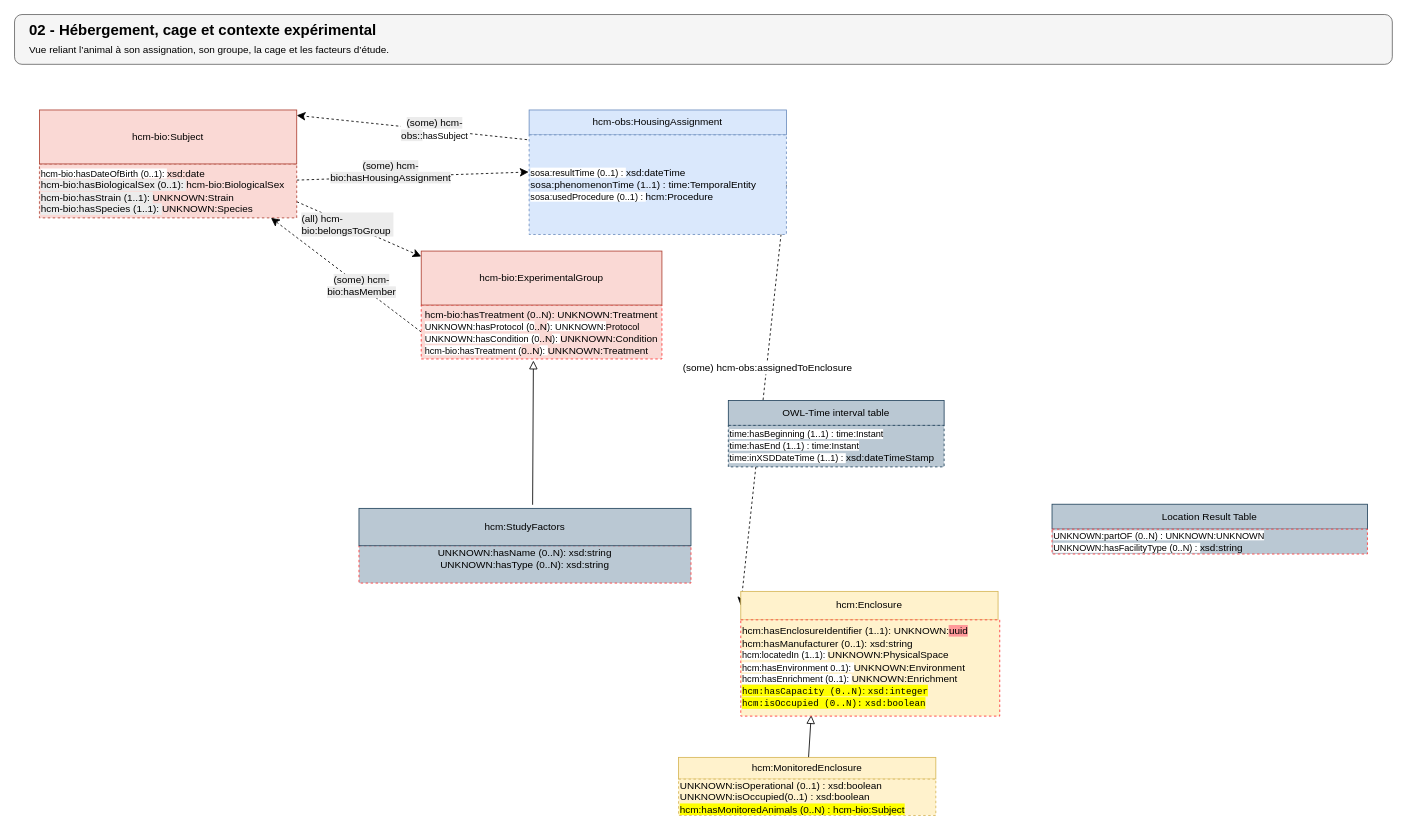
Before: page "02 - Hébergement, cage et contexte expérimental" (4 of 7) of docs/paper/sources/figures/version_rapport.drawio.xml in dhuzard/HCMO, a draw.io diagram. Source tidied: cells renumbered, new cells numbered last; positions are measured from the earlier drawing's top-left corner, leaving out a move shared by most shapes. Both pictures are drawn from the tidied source at 83%, with x=0, y=0 at pixel (14, 14).
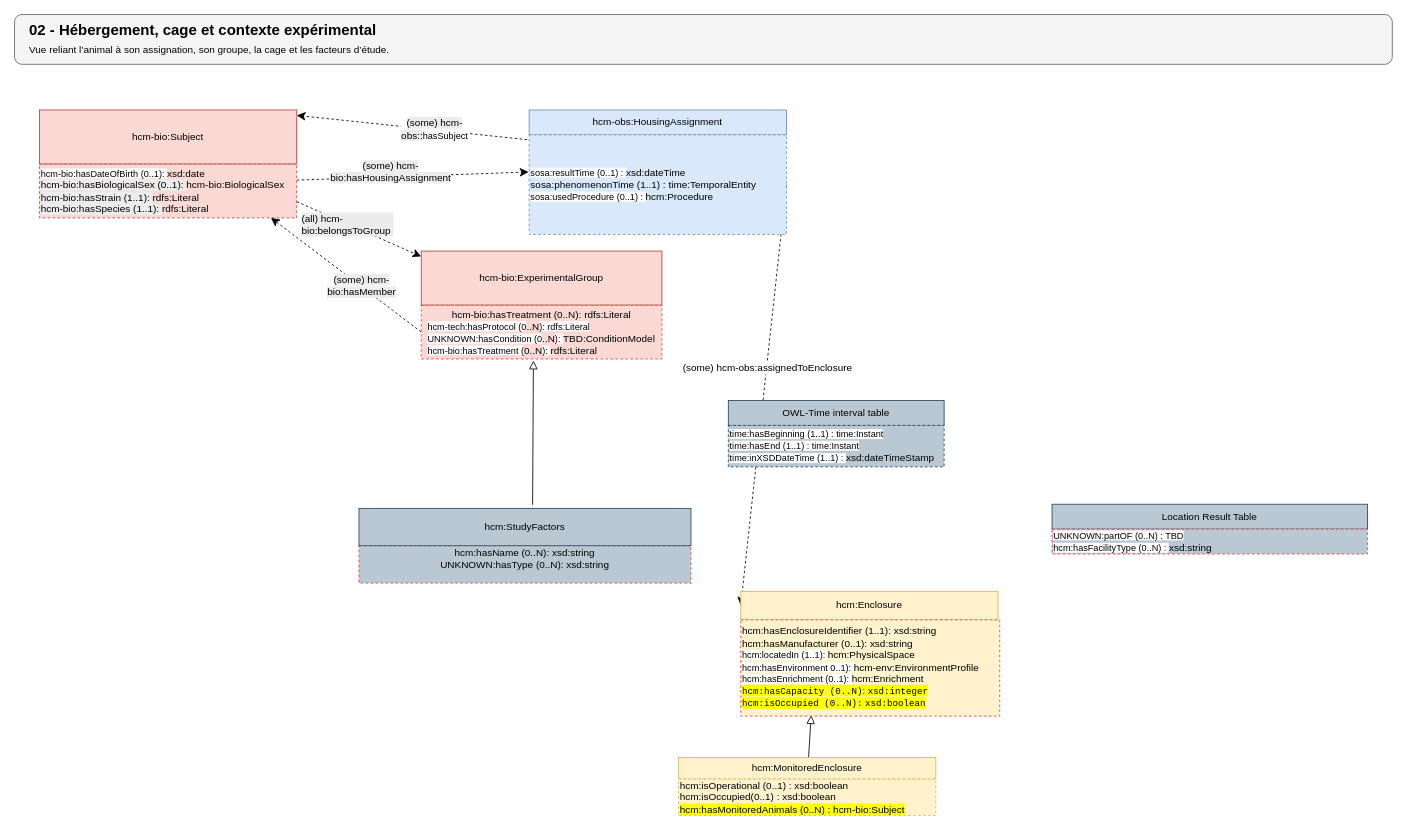
After the change.

The change refers to these unchanged cells:
```xml
<mxCell id="12" style="group;" parent="1" vertex="1">
  <mxGeometry x="800" y="895" width="310" height="70" as="geometry" />
</mxCell>
<mxCell id="15" style="group;" parent="1" vertex="1">
  <mxGeometry x="1250" y="590" width="380" height="60" as="geometry" />
</mxCell>
<mxCell id="21" style="group;" parent="1" vertex="1">
  <mxGeometry x="875" y="665" width="310" height="220" as="geometry" />
</mxCell>
<mxCell id="27" style="group;" parent="1" vertex="1">
  <mxGeometry x="30" y="115" width="310" height="130" as="geometry" />
</mxCell>
<mxCell id="32" style="group;" parent="1" vertex="1">
  <mxGeometry x="490" y="285" width="290" height="140" as="geometry" />
</mxCell>
<mxCell id="35" style="group;" parent="1" vertex="1">
  <mxGeometry x="415" y="595" width="400" height="90" as="geometry" />
</mxCell>
```

What changed in the source:
```diff
@@
-    <mxCell id="14" value="&lt;div&gt;&lt;span style=&quot;background-color: transparent; color: light-dark(rgb(0, 0, 0), rgb(255, 255, 255));&quot;&gt;UNKNOWN:&lt;/span&gt;&lt;span style=&quot;background-color: transparent; color: light-dark(rgb(0, 0, 0), rgb(255, 255, 255));&quot;&gt;isOperational (0..1) :&amp;nbsp;&lt;/span&gt;&lt;span style=&quot;background-color: transparent; color: light-dark(rgb(0, 0, 0), rgb(255, 255, 255));&quot;&gt;xsd:boolean&lt;/span&gt;&lt;/div&gt;&lt;div&gt;&lt;div&gt;&lt;span style=&quot;background-color: transparent;&quot;&gt;UNKNOWN:&lt;/span&gt;&lt;span style=&quot;background-color: transparent;&quot;&gt;isOccupied(0..1) :&amp;nbsp;&lt;/span&gt;&lt;span style=&quot;background-color: transparent;&quot;&gt;xsd:boolean&lt;/span&gt;&lt;/div&gt;&lt;/div&gt;&lt;div&gt;&lt;span style=&quot;background-color: rgb(255, 255, 0);&quot;&gt;hcm:hasMonitoredAnimals (0..N) : hcm-bio:Subject&lt;/span&gt;&lt;/div&gt;" style="rounded=0;whiteSpace=wrap;html=1;dashed=1;align=left;fillColor=#fff2cc;strokeColor=#d6b656;" parent="12" vertex="1">
+    <mxCell id="14" value="&lt;div&gt;&lt;span style=&quot;background-color: transparent; color: light-dark(rgb(0, 0, 0), rgb(255, 255, 255));&quot;&gt;hcm:isOperational (0..1) :&amp;nbsp;&lt;/span&gt;&lt;span style=&quot;background-color: transparent; color: light-dark(rgb(0, 0, 0), rgb(255, 255, 255));&quot;&gt;xsd:boolean&lt;/span&gt;&lt;/div&gt;&lt;div&gt;&lt;div&gt;&lt;span style=&quot;background-color: transparent;&quot;&gt;hcm:isOccupied(0..1) :&amp;nbsp;&lt;/span&gt;&lt;span style=&quot;background-color: transparent;&quot;&gt;xsd:boolean&lt;/span&gt;&lt;/div&gt;&lt;/div&gt;&lt;div&gt;&lt;span style=&quot;background-color: rgb(255, 255, 0);&quot;&gt;hcm:hasMonitoredAnimals (0..N) : hcm-bio:Subject&lt;/span&gt;&lt;/div&gt;" style="rounded=0;whiteSpace=wrap;html=1;dashed=1;align=left;fillColor=#fff2cc;strokeColor=#d6b656;" parent="12" vertex="1">
       <mxGeometry y="26.2" width="310" height="43.8" as="geometry" />
     </mxCell>
@@
-    <mxCell id="17" value="&lt;div&gt;&lt;span style=&quot;background-color: rgb(255, 255, 255); font-size: 11px; text-align: center; text-wrap-mode: nowrap; color: light-dark(rgb(0, 0, 0), rgb(255, 255, 255));&quot;&gt;&lt;span style=&quot;text-align: left;&quot;&gt;UNKNOWN&lt;/span&gt;:partOF (0..N) : UNKNOWN:UNKNOWN&lt;/span&gt;&lt;/div&gt;&lt;div&gt;&lt;span style=&quot;background-color: rgb(255, 255, 255); font-size: 11px; text-align: center; text-wrap-mode: nowrap; color: light-dark(rgb(0, 0, 0), rgb(255, 255, 255));&quot;&gt;&lt;span style=&quot;color: light-dark(rgb(0, 0, 0), rgb(255, 255, 255)); text-align: left;&quot;&gt;UNKNOWN&lt;/span&gt;:hasFacilityType (0..N) :&amp;nbsp;&lt;/span&gt;&lt;span style=&quot;background-color: transparent;&quot;&gt;xsd:string&lt;/span&gt;&lt;/div&gt;" style="rounded=0;whiteSpace=wrap;html=1;dashed=1;align=left;fillColor=#bac8d3;strokeColor=#FF3333;" parent="15" vertex="1">
+    <mxCell id="17" value="&lt;div&gt;&lt;span style=&quot;background-color: rgb(255, 255, 255); font-size: 11px; text-align: center; text-wrap-mode: nowrap; color: light-dark(rgb(0, 0, 0), rgb(255, 255, 255));&quot;&gt;UNKNOWN:partOF (0..N) : TBD&lt;/span&gt;&lt;/div&gt;&lt;div&gt;&lt;span style=&quot;background-color: rgb(255, 255, 255); font-size: 11px; text-align: center; text-wrap-mode: nowrap; color: light-dark(rgb(0, 0, 0), rgb(255, 255, 255));&quot;&gt;hcm:hasFacilityType (0..N) :&amp;nbsp;&lt;/span&gt;&lt;span style=&quot;background-color: transparent;&quot;&gt;xsd:string&lt;/span&gt;&lt;/div&gt;" style="rounded=0;whiteSpace=wrap;html=1;dashed=1;align=left;fillColor=#bac8d3;strokeColor=#FF3333;" parent="15" vertex="1">
       <mxGeometry y="30" width="380" height="30" as="geometry" />
     </mxCell>
@@
-    <mxCell id="23" value="&lt;div&gt;hcm:hasEnclosureIdentifier (1..1): UNKNOWN:&lt;span style=&quot;background-color: rgb(255, 153, 153);&quot;&gt;uuid&lt;/span&gt;&lt;/div&gt;hcm:hasManufacturer (0..1):&amp;nbsp;xsd:string&lt;div&gt;&lt;span style=&quot;font-size: 11px; text-align: center; text-wrap-mode: nowrap; background-color: rgb(255, 255, 255);&quot;&gt;hcm:locatedIn (1..1):&amp;nbsp;&lt;/span&gt;&lt;span style=&quot;background-color: transparent; color: light-dark(rgb(0, 0, 0), rgb(255, 255, 255));&quot;&gt;UNKNOWN:&lt;/span&gt;&lt;span style=&quot;background-color: transparent; color: light-dark(rgb(0, 0, 0), rgb(255, 255, 255)); text-align: center;&quot;&gt;PhysicalSpace&lt;/span&gt;&lt;/div&gt;&lt;div&gt;&lt;span style=&quot;font-size: 11px; text-align: center; text-wrap-mode: nowrap; background-color: rgb(255, 255, 255);&quot;&gt;hcm:hasEnvironment 0..1):&amp;nbsp;&lt;/span&gt;&lt;span style=&quot;background-color: transparent; color: light-dark(rgb(0, 0, 0), rgb(255, 255, 255)); text-align: center;&quot;&gt;&lt;/span&gt;&lt;span style=&quot;background-color: transparent; color: light-dark(rgb(0, 0, 0), rgb(255, 255, 255));&quot;&gt;UNKNOWN:&lt;/span&gt;&lt;span style=&quot;background-color: transparent; color: light-dark(rgb(0, 0, 0), rgb(255, 255, 255)); text-align: center;&quot;&gt;Environment&lt;/span&gt;&lt;/div&gt;&lt;div&gt;&lt;span style=&quot;font-size: 11px; text-align: center; text-wrap-mode: nowrap; background-color: rgb(255, 255, 255);&quot;&gt;hcm:hasEnrichment (0..1):&amp;nbsp;&lt;/span&gt;&lt;span style=&quot;background-color: transparent; color: light-dark(rgb(0, 0, 0), rgb(255, 255, 255));&quot;&gt;UNKNOWN:&lt;/span&gt;&lt;span style=&quot;background-color: transparent; color: light-dark(rgb(0, 0, 0), rgb(255, 255, 255)); text-align: center;&quot;&gt;Enrichment&lt;/span&gt;&lt;/div&gt;&lt;div&gt;&lt;span style=&quot;background-color: rgb(255, 255, 0);&quot;&gt;&lt;font face=&quot;Helvetica&quot; style=&quot;font-size: 11px;&quot;&gt;&lt;code style=&quot;&quot;&gt;hcm:hasCapacity (0..N)&lt;/code&gt;:&amp;nbsp;&lt;code style=&quot;&quot;&gt;xsd:integer&lt;/code&gt;&lt;/font&gt;&lt;/span&gt;&lt;/div&gt;&lt;div style=&quot;text-align: left;&quot;&gt;&lt;span style=&quot;background-color: rgb(255, 255, 0);&quot;&gt;&lt;font face=&quot;Helvetica&quot; style=&quot;font-size: 11px;&quot;&gt;&lt;code style=&quot;&quot;&gt;hcm:isOccupied (0..N):&lt;/code&gt;&amp;nbsp;&lt;code style=&quot;&quot;&gt;xsd:boolean&lt;/code&gt;&lt;/font&gt;&lt;/span&gt;&lt;/div&gt;" style="rounded=0;whiteSpace=wrap;html=1;snapToPoint=1;points=[[0.1,0],[0.2,0],[0.3,0],[0.4,0],[0.5,0],[0.6,0],[0.7,0],[0.8,0],[0.9,0],[0,0.1],[0,0.3],[0,0.5],[0,0.7],[0,0.9],[0.1,1],[0.2,1],[0.3,1],[0.4,1],[0.5,1],[0.6,1],[0.7,1],[0.8,1],[0.9,1],[1,0.1],[1,0.3],[1,0.5],[1,0.7],[1,0.9]];dashed=1;align=left;fillColor=#fff2cc;strokeColor=#FF3333;" parent="21" vertex="1">
+    <mxCell id="23" value="&lt;div&gt;hcm:hasEnclosureIdentifier (1..1): xsd:string&lt;/div&gt;hcm:hasManufacturer (0..1):&amp;nbsp;xsd:string&lt;div&gt;&lt;span style=&quot;font-size: 11px; text-align: center; text-wrap-mode: nowrap; background-color: rgb(255, 255, 255);&quot;&gt;hcm:locatedIn (1..1):&amp;nbsp;&lt;/span&gt;hcm:PhysicalSpace&lt;/div&gt;&lt;div&gt;&lt;span style=&quot;font-size: 11px; text-align: center; text-wrap-mode: nowrap; background-color: rgb(255, 255, 255);&quot;&gt;hcm:hasEnvironment 0..1):&amp;nbsp;&lt;/span&gt;&lt;span style=&quot;background-color: transparent; color: light-dark(rgb(0, 0, 0), rgb(255, 255, 255)); text-align: center;&quot;&gt;&lt;/span&gt;hcm-env:EnvironmentProfile&lt;/div&gt;&lt;div&gt;&lt;span style=&quot;font-size: 11px; text-align: center; text-wrap-mode: nowrap; background-color: rgb(255, 255, 255);&quot;&gt;hcm:hasEnrichment (0..1):&amp;nbsp;&lt;/span&gt;hcm:Enrichment&lt;/div&gt;&lt;div&gt;&lt;span style=&quot;background-color: rgb(255, 255, 0);&quot;&gt;&lt;font face=&quot;Helvetica&quot; style=&quot;font-size: 11px;&quot;&gt;&lt;code style=&quot;&quot;&gt;hcm:hasCapacity (0..N)&lt;/code&gt;:&amp;nbsp;&lt;code style=&quot;&quot;&gt;xsd:integer&lt;/code&gt;&lt;/font&gt;&lt;/span&gt;&lt;/div&gt;&lt;div style=&quot;text-align: left;&quot;&gt;&lt;span style=&quot;background-color: rgb(255, 255, 0);&quot;&gt;&lt;font face=&quot;Helvetica&quot; style=&quot;font-size: 11px;&quot;&gt;&lt;code style=&quot;&quot;&gt;hcm:isOccupied (0..N):&lt;/code&gt;&amp;nbsp;&lt;code style=&quot;&quot;&gt;xsd:boolean&lt;/code&gt;&lt;/font&gt;&lt;/span&gt;&lt;/div&gt;" style="rounded=0;whiteSpace=wrap;html=1;snapToPoint=1;points=[[0.1,0],[0.2,0],[0.3,0],[0.4,0],[0.5,0],[0.6,0],[0.7,0],[0.8,0],[0.9,0],[0,0.1],[0,0.3],[0,0.5],[0,0.7],[0,0.9],[0.1,1],[0.2,1],[0.3,1],[0.4,1],[0.5,1],[0.6,1],[0.7,1],[0.8,1],[0.9,1],[1,0.1],[1,0.3],[1,0.5],[1,0.7],[1,0.9]];dashed=1;align=left;fillColor=#fff2cc;strokeColor=#FF3333;" parent="21" vertex="1">
       <mxGeometry y="64.3" width="312" height="116" as="geometry" />
     </mxCell>
@@
-    <mxCell id="28" value="&lt;div&gt;&lt;span style=&quot;color: light-dark(rgb(0, 0, 0), rgb(255, 255, 255)); text-wrap-mode: nowrap; font-size: 11px; background-color: rgb(255, 255, 255);&quot;&gt;hcm-bio:hasDateOfBirth (0..1):&amp;nbsp;&lt;/span&gt;&lt;span style=&quot;background-color: transparent; color: light-dark(rgb(0, 0, 0), rgb(255, 255, 255));&quot;&gt;xsd:date&lt;/span&gt;&lt;/div&gt;&lt;div&gt;&lt;span style=&quot;color: light-dark(rgb(0, 0, 0), rgb(255, 255, 255)); background-color: rgb(236, 236, 236);&quot;&gt;hcm-bio:hasBiologicalSex (0..1):&amp;nbsp;&lt;/span&gt;&lt;span style=&quot;background-color: transparent; color: light-dark(rgb(0, 0, 0), rgb(255, 255, 255));&quot;&gt;&lt;/span&gt;&lt;span style=&quot;background-color: transparent; color: light-dark(rgb(0, 0, 0), rgb(255, 255, 255));&quot;&gt;hcm-bio:BiologicalSex&lt;/span&gt;&lt;/div&gt;&lt;div&gt;&lt;span style=&quot;color: light-dark(rgb(0, 0, 0), rgb(255, 255, 255)); background-color: rgb(236, 236, 236);&quot;&gt;hcm-bio:hasStrain (1..1):&amp;nbsp;&lt;/span&gt;&lt;span style=&quot;background-color: transparent; color: light-dark(rgb(0, 0, 0), rgb(255, 255, 255));&quot;&gt;&lt;/span&gt;&lt;span style=&quot;text-align: center; background-color: transparent; color: light-dark(rgb(0, 0, 0), rgb(255, 255, 255));&quot;&gt;UNKNOWN:Strain&lt;/span&gt;&lt;/div&gt;&lt;div&gt;&lt;span style=&quot;color: light-dark(rgb(0, 0, 0), rgb(255, 255, 255)); background-color: rgb(236, 236, 236);&quot;&gt;hcm-bio:hasSpecies (1..1):&amp;nbsp;&lt;/span&gt;&lt;span style=&quot;text-align: center; background-color: transparent; color: light-dark(rgb(0, 0, 0), rgb(255, 255, 255));&quot;&gt;&lt;/span&gt;&lt;span style=&quot;text-align: center; background-color: transparent; color: light-dark(rgb(0, 0, 0), rgb(255, 255, 255));&quot;&gt;UNKNOWN:Species&lt;/span&gt;&lt;/div&gt;" style="rounded=0;whiteSpace=wrap;html=1;snapToPoint=1;points=[[0.1,0],[0.2,0],[0.3,0],[0.4,0],[0.5,0],[0.6,0],[0.7,0],[0.8,0],[0.9,0],[0,0.1],[0,0.3],[0,0.5],[0,0.7],[0,0.9],[0.1,1],[0.2,1],[0.3,1],[0.4,1],[0.5,1],[0.6,1],[0.7,1],[0.8,1],[0.9,1],[1,0.1],[1,0.3],[1,0.5],[1,0.7],[1,0.9]];dashed=1;align=left;fillColor=#fad9d5;strokeColor=#ae4132;" parent="27" vertex="1">
+    <mxCell id="28" value="&lt;div&gt;&lt;span style=&quot;color: light-dark(rgb(0, 0, 0), rgb(255, 255, 255)); text-wrap-mode: nowrap; font-size: 11px; background-color: rgb(255, 255, 255);&quot;&gt;hcm-bio:hasDateOfBirth (0..1):&amp;nbsp;&lt;/span&gt;&lt;span style=&quot;background-color: transparent; color: light-dark(rgb(0, 0, 0), rgb(255, 255, 255));&quot;&gt;xsd:date&lt;/span&gt;&lt;/div&gt;&lt;div&gt;&lt;span style=&quot;color: light-dark(rgb(0, 0, 0), rgb(255, 255, 255)); background-color: rgb(236, 236, 236);&quot;&gt;hcm-bio:hasBiologicalSex (0..1):&amp;nbsp;&lt;/span&gt;&lt;span style=&quot;background-color: transparent; color: light-dark(rgb(0, 0, 0), rgb(255, 255, 255));&quot;&gt;&lt;/span&gt;&lt;span style=&quot;background-color: transparent; color: light-dark(rgb(0, 0, 0), rgb(255, 255, 255));&quot;&gt;hcm-bio:BiologicalSex&lt;/span&gt;&lt;/div&gt;&lt;div&gt;&lt;span style=&quot;color: light-dark(rgb(0, 0, 0), rgb(255, 255, 255)); background-color: rgb(236, 236, 236);&quot;&gt;hcm-bio:hasStrain (1..1):&amp;nbsp;&lt;/span&gt;&lt;span style=&quot;background-color: transparent; color: light-dark(rgb(0, 0, 0), rgb(255, 255, 255));&quot;&gt;&lt;/span&gt;&lt;span style=&quot;text-align: center; background-color: transparent; color: light-dark(rgb(0, 0, 0), rgb(255, 255, 255));&quot;&gt;rdfs:Literal&lt;/span&gt;&lt;/div&gt;&lt;div&gt;&lt;span style=&quot;color: light-dark(rgb(0, 0, 0), rgb(255, 255, 255)); background-color: rgb(236, 236, 236);&quot;&gt;hcm-bio:hasSpecies (1..1):&amp;nbsp;&lt;/span&gt;&lt;span style=&quot;text-align: center; background-color: transparent; color: light-dark(rgb(0, 0, 0), rgb(255, 255, 255));&quot;&gt;&lt;/span&gt;&lt;span style=&quot;text-align: center; background-color: transparent; color: light-dark(rgb(0, 0, 0), rgb(255, 255, 255));&quot;&gt;rdfs:Literal&lt;/span&gt;&lt;/div&gt;" style="rounded=0;whiteSpace=wrap;html=1;snapToPoint=1;points=[[0.1,0],[0.2,0],[0.3,0],[0.4,0],[0.5,0],[0.6,0],[0.7,0],[0.8,0],[0.9,0],[0,0.1],[0,0.3],[0,0.5],[0,0.7],[0,0.9],[0.1,1],[0.2,1],[0.3,1],[0.4,1],[0.5,1],[0.6,1],[0.7,1],[0.8,1],[0.9,1],[1,0.1],[1,0.3],[1,0.5],[1,0.7],[1,0.9]];dashed=1;align=left;fillColor=#fad9d5;strokeColor=#ae4132;" parent="27" vertex="1">
       <mxGeometry y="65" width="310" height="65" as="geometry" />
     </mxCell>
@@
-    <mxCell id="33" value="hcm-bio:hasTreatment (0..N): UNKNOWN:Treatment&lt;div&gt;&lt;div style=&quot;text-align: left;&quot;&gt;&lt;span style=&quot;color: light-dark(rgb(0, 0, 0), rgb(255, 255, 255)); text-wrap-mode: nowrap; font-size: 11px; background-color: rgb(255, 255, 255);&quot;&gt;UNKNOWN:hasProtocol (0&lt;/span&gt;&lt;span style=&quot;background-color: transparent; color: light-dark(rgb(0, 0, 0), rgb(255, 255, 255)); text-align: center;&quot;&gt;..N&lt;/span&gt;&lt;span style=&quot;color: light-dark(rgb(0, 0, 0), rgb(255, 255, 255)); text-wrap-mode: nowrap; font-size: 11px; background-color: rgb(255, 255, 255);&quot;&gt;): UNKNOWN:&lt;/span&gt;&lt;span style=&quot;background-color: transparent; color: light-dark(rgb(0, 0, 0), rgb(255, 255, 255)); text-wrap-mode: nowrap; font-size: 11px;&quot;&gt;Protocol&lt;/span&gt;&lt;/div&gt;&lt;div&gt;&lt;div style=&quot;text-align: left;&quot;&gt;&lt;span style=&quot;font-size: 11px; text-align: center; text-wrap-mode: nowrap; background-color: rgb(255, 255, 255);&quot;&gt;&lt;span style=&quot;text-align: left; color: light-dark(rgb(0, 0, 0), rgb(255, 255, 255));&quot;&gt;UNKNOWN&lt;/span&gt;:hasCondition (0&lt;/span&gt;&lt;span style=&quot;background-color: transparent; color: light-dark(rgb(0, 0, 0), rgb(255, 255, 255)); text-align: center;&quot;&gt;..N&lt;/span&gt;&lt;span style=&quot;color: light-dark(rgb(0, 0, 0), rgb(255, 255, 255)); text-wrap-mode: nowrap; font-size: 11px; text-align: center; background-color: rgb(255, 255, 255);&quot;&gt;):&amp;nbsp;&lt;/span&gt;&lt;span style=&quot;background-color: transparent; color: light-dark(rgb(0, 0, 0), rgb(255, 255, 255)); text-wrap-mode: nowrap; font-size: 11px;&quot;&gt;&lt;/span&gt;&lt;span style=&quot;background-color: transparent; color: light-dark(rgb(0, 0, 0), rgb(255, 255, 255)); text-align: center;&quot;&gt;UNKNOWN:Condition&lt;/span&gt;&lt;/div&gt;&lt;div style=&quot;text-align: left;&quot;&gt;&lt;span style=&quot;font-size: 11px; text-align: center; text-wrap-mode: nowrap; background-color: rgb(255, 255, 255);&quot;&gt;hcm-bio:hasTreatment (&lt;/span&gt;&lt;span style=&quot;background-color: transparent; color: light-dark(rgb(0, 0, 0), rgb(255, 255, 255)); text-align: center;&quot;&gt;0..N&lt;/span&gt;&lt;span style=&quot;color: light-dark(rgb(0, 0, 0), rgb(255, 255, 255)); text-wrap-mode: nowrap; font-size: 11px; text-align: center; background-color: rgb(255, 255, 255);&quot;&gt;):&amp;nbsp;&lt;/span&gt;&lt;span style=&quot;background-color: transparent; color: light-dark(rgb(0, 0, 0), rgb(255, 255, 255)); text-align: center;&quot;&gt;&lt;/span&gt;&lt;span style=&quot;background-color: transparent; color: light-dark(rgb(0, 0, 0), rgb(255, 255, 255)); text-align: center;&quot;&gt;UNKNOWN:Treatment&lt;/span&gt;&lt;/div&gt;&lt;/div&gt;&lt;/div&gt;" style="rounded=0;whiteSpace=wrap;html=1;snapToPoint=1;points=[[0.1,0],[0.2,0],[0.3,0],[0.4,0],[0.5,0],[0.6,0],[0.7,0],[0.8,0],[0.9,0],[0,0.1],[0,0.3],[0,0.5],[0,0.7],[0,0.9],[0.1,1],[0.2,1],[0.3,1],[0.4,1],[0.5,1],[0.6,1],[0.7,1],[0.8,1],[0.9,1],[1,0.1],[1,0.3],[1,0.5],[1,0.7],[1,0.9]];dashed=1;fillColor=#fad9d5;strokeColor=#FF3333;" parent="32" vertex="1">
+    <mxCell id="33" value="hcm-bio:hasTreatment (0..N): rdfs:Literal&lt;div&gt;&lt;div style=&quot;text-align: left;&quot;&gt;&lt;span style=&quot;color: light-dark(rgb(0, 0, 0), rgb(255, 255, 255)); text-wrap-mode: nowrap; font-size: 11px; background-color: rgb(255, 255, 255);&quot;&gt;hcm-tech:hasProtocol (0&lt;/span&gt;&lt;span style=&quot;background-color: transparent; color: light-dark(rgb(0, 0, 0), rgb(255, 255, 255)); text-align: center;&quot;&gt;..N&lt;/span&gt;&lt;span style=&quot;color: light-dark(rgb(0, 0, 0), rgb(255, 255, 255)); text-wrap-mode: nowrap; font-size: 11px; background-color: rgb(255, 255, 255);&quot;&gt;): rdfs:Literal&lt;/span&gt;&lt;/div&gt;&lt;div&gt;&lt;div style=&quot;text-align: left;&quot;&gt;&lt;span style=&quot;font-size: 11px; text-align: center; text-wrap-mode: nowrap; background-color: rgb(255, 255, 255);&quot;&gt;UNKNOWN:hasCondition (0&lt;/span&gt;&lt;span style=&quot;background-color: transparent; color: light-dark(rgb(0, 0, 0), rgb(255, 255, 255)); text-align: center;&quot;&gt;..N&lt;/span&gt;&lt;span style=&quot;color: light-dark(rgb(0, 0, 0), rgb(255, 255, 255)); text-wrap-mode: nowrap; font-size: 11px; text-align: center; background-color: rgb(255, 255, 255);&quot;&gt;):&amp;nbsp;&lt;/span&gt;&lt;span style=&quot;background-color: transparent; color: light-dark(rgb(0, 0, 0), rgb(255, 255, 255)); text-wrap-mode: nowrap; font-size: 11px;&quot;&gt;&lt;/span&gt;&lt;span style=&quot;background-color: transparent; color: light-dark(rgb(0, 0, 0), rgb(255, 255, 255)); text-align: center;&quot;&gt;TBD:ConditionModel&lt;/span&gt;&lt;/div&gt;&lt;div style=&quot;text-align: left;&quot;&gt;&lt;span style=&quot;font-size: 11px; text-align: center; text-wrap-mode: nowrap; background-color: rgb(255, 255, 255);&quot;&gt;hcm-bio:hasTreatment (&lt;/span&gt;&lt;span style=&quot;background-color: transparent; color: light-dark(rgb(0, 0, 0), rgb(255, 255, 255)); text-align: center;&quot;&gt;0..N&lt;/span&gt;&lt;span style=&quot;color: light-dark(rgb(0, 0, 0), rgb(255, 255, 255)); text-wrap-mode: nowrap; font-size: 11px; text-align: center; background-color: rgb(255, 255, 255);&quot;&gt;):&amp;nbsp;&lt;/span&gt;&lt;span style=&quot;background-color: transparent; color: light-dark(rgb(0, 0, 0), rgb(255, 255, 255)); text-align: center;&quot;&gt;&lt;/span&gt;&lt;span style=&quot;background-color: transparent; color: light-dark(rgb(0, 0, 0), rgb(255, 255, 255)); text-align: center;&quot;&gt;rdfs:Literal&lt;/span&gt;&lt;/div&gt;&lt;/div&gt;&lt;/div&gt;" style="rounded=0;whiteSpace=wrap;html=1;snapToPoint=1;points=[[0.1,0],[0.2,0],[0.3,0],[0.4,0],[0.5,0],[0.6,0],[0.7,0],[0.8,0],[0.9,0],[0,0.1],[0,0.3],[0,0.5],[0,0.7],[0,0.9],[0.1,1],[0.2,1],[0.3,1],[0.4,1],[0.5,1],[0.6,1],[0.7,1],[0.8,1],[0.9,1],[1,0.1],[1,0.3],[1,0.5],[1,0.7],[1,0.9]];dashed=1;fillColor=#fad9d5;strokeColor=#FF3333;" parent="32" vertex="1">
       <mxGeometry y="65" width="290" height="65" as="geometry" />
     </mxCell>
@@
-    <mxCell id="36" value="&lt;div&gt;UNKNOWN:hasName (0..N): xsd:string&lt;/div&gt;&lt;div&gt;UNKNOWN:hasType (0..N):&amp;nbsp;xsd:string&lt;/div&gt;&lt;div&gt;&lt;br&gt;&lt;/div&gt;" style="rounded=0;whiteSpace=wrap;html=1;dashed=1;fillColor=#bac8d3;strokeColor=#FF3333;" parent="35" vertex="1">
+    <mxCell id="36" value="&lt;div&gt;hcm:hasName (0..N): xsd:string&lt;/div&gt;&lt;div&gt;UNKNOWN:hasType (0..N):&amp;nbsp;xsd:string&lt;/div&gt;&lt;div&gt;&lt;br&gt;&lt;/div&gt;" style="rounded=0;whiteSpace=wrap;html=1;dashed=1;fillColor=#bac8d3;strokeColor=#FF3333;" parent="35" vertex="1">
       <mxGeometry y="45" width="400" height="45" as="geometry" />
     </mxCell>
```
